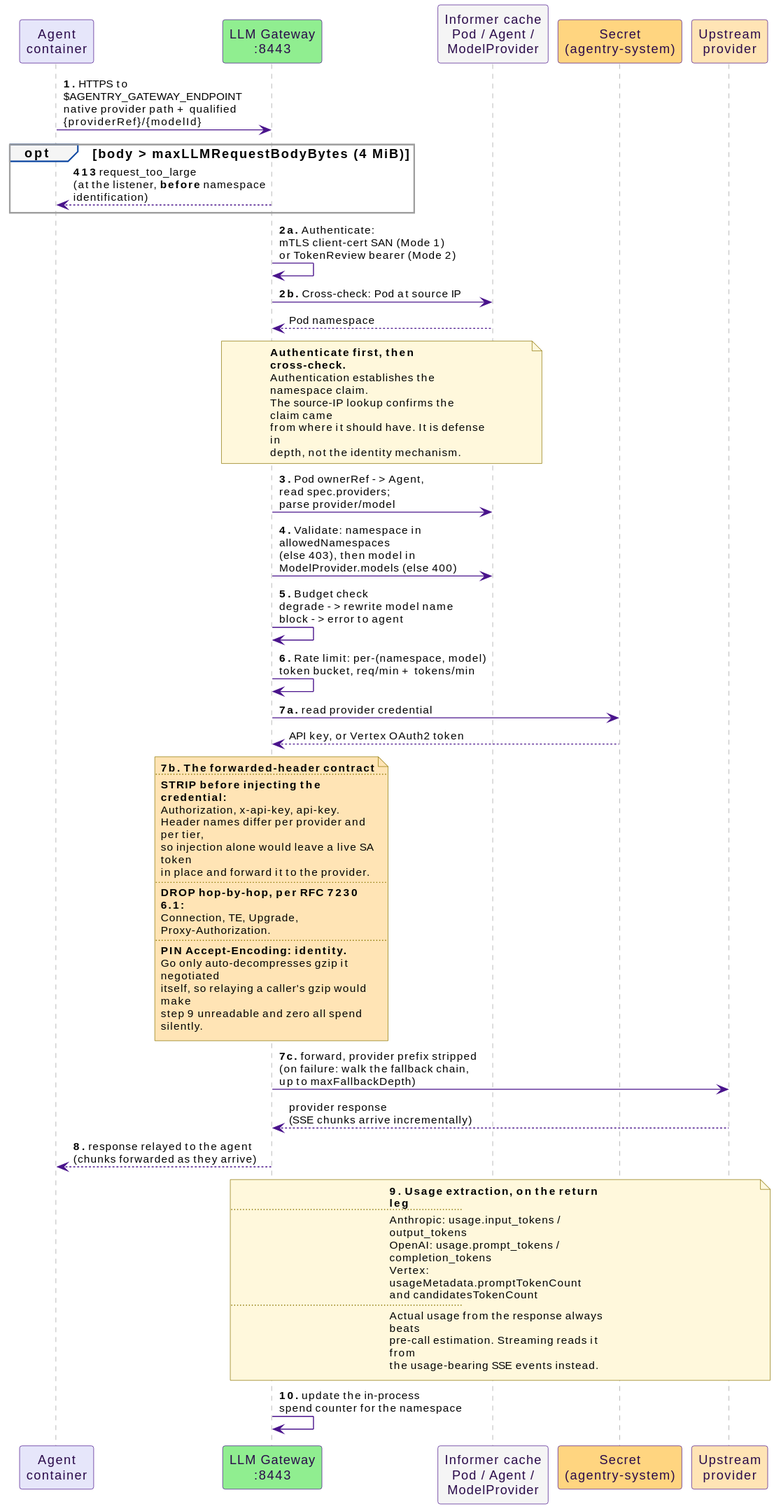
The PlantUML diagram docs/src/diagrams/llm-request-flow.svg in win07xp/kaalm, before a commit.
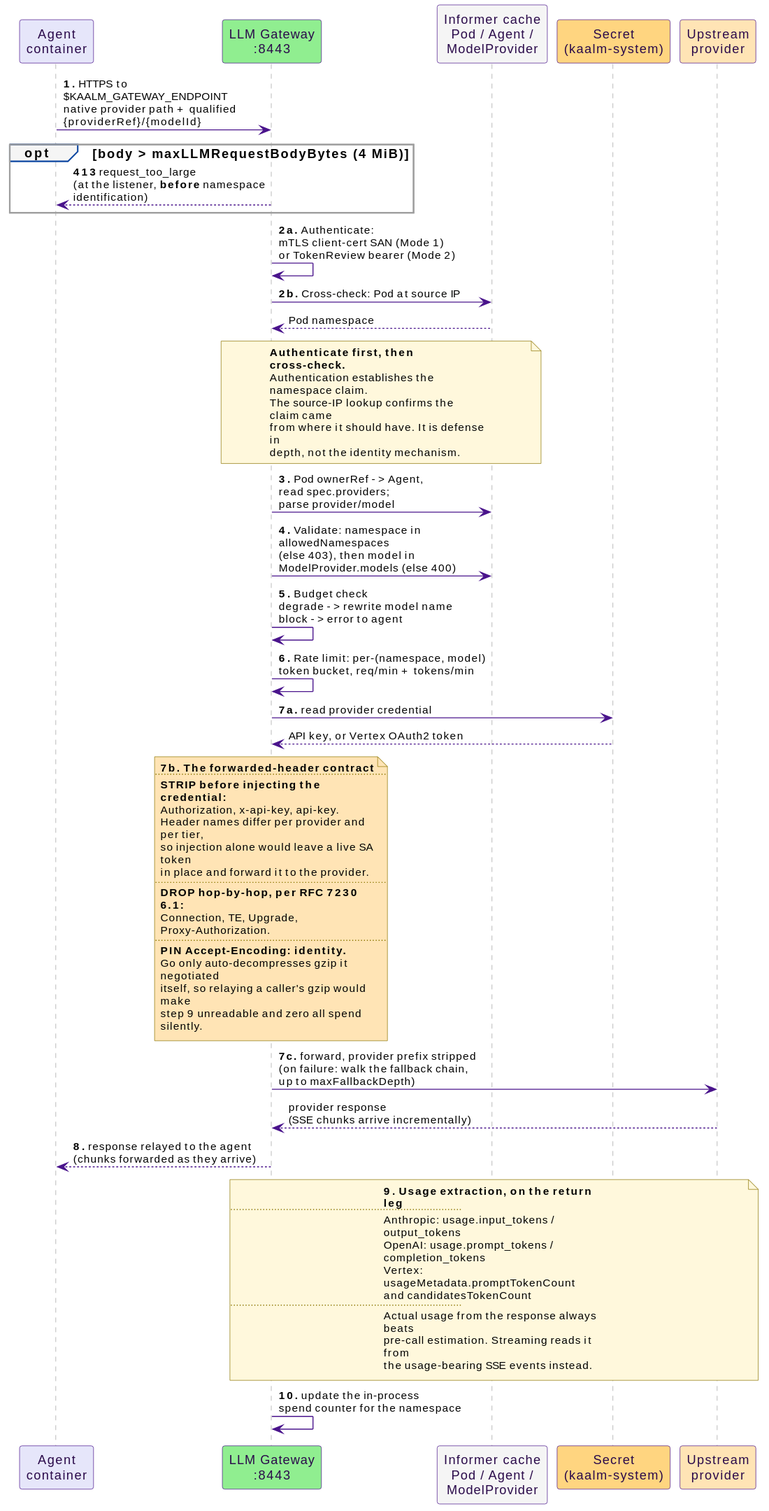
Above is the later version.

What changed in the source:
```diff
@@ -4,10 +4,10 @@
 participant "Agent\ncontainer" as agent
 participant "LLM Gateway\n:8443" as gw #90EE90
 participant "Informer cache\nPod / Agent /\nModelProvider" as inf #F5F5F5
-participant "Secret\n(agentry-system)" as sec #FFD580
+participant "Secret\n(kaalm-system)" as sec #FFD580
 participant "Upstream\nprovider" as prov #FFE4B5
 
-agent -> gw : **1.** HTTPS to $AGENTRY_GATEWAY_ENDPOINT\nnative provider path + qualified\n{providerRef}/{modelId}
+agent -> gw : **1.** HTTPS to $KAALM_GATEWAY_ENDPOINT\nnative provider path + qualified\n{providerRef}/{modelId}
 opt body > maxLLMRequestBodyBytes (4 MiB)
   gw --> agent : **413** request_too_large\n(at the listener, **before** namespace identification)
 end
```
